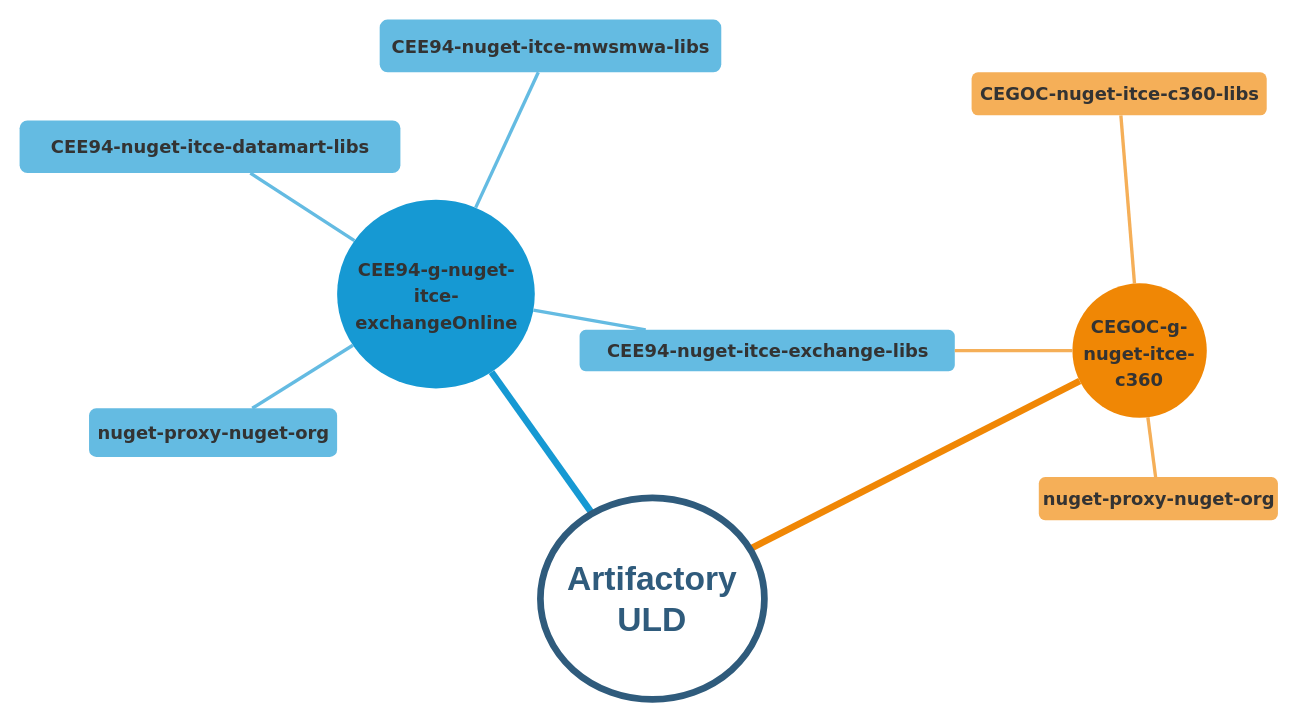
This is artifactory-uld_Diagram.drawio from jmrablat/diagrams, a draw.io file, before an edit. Source tidied: cells renumbered, new cells numbered last; positions are measured from the earlier drawing's top-left corner, leaving out a move shared by most shapes. Both pictures are drawn from the tidied source at 112%, with x=0, y=0 at pixel (19, 19).
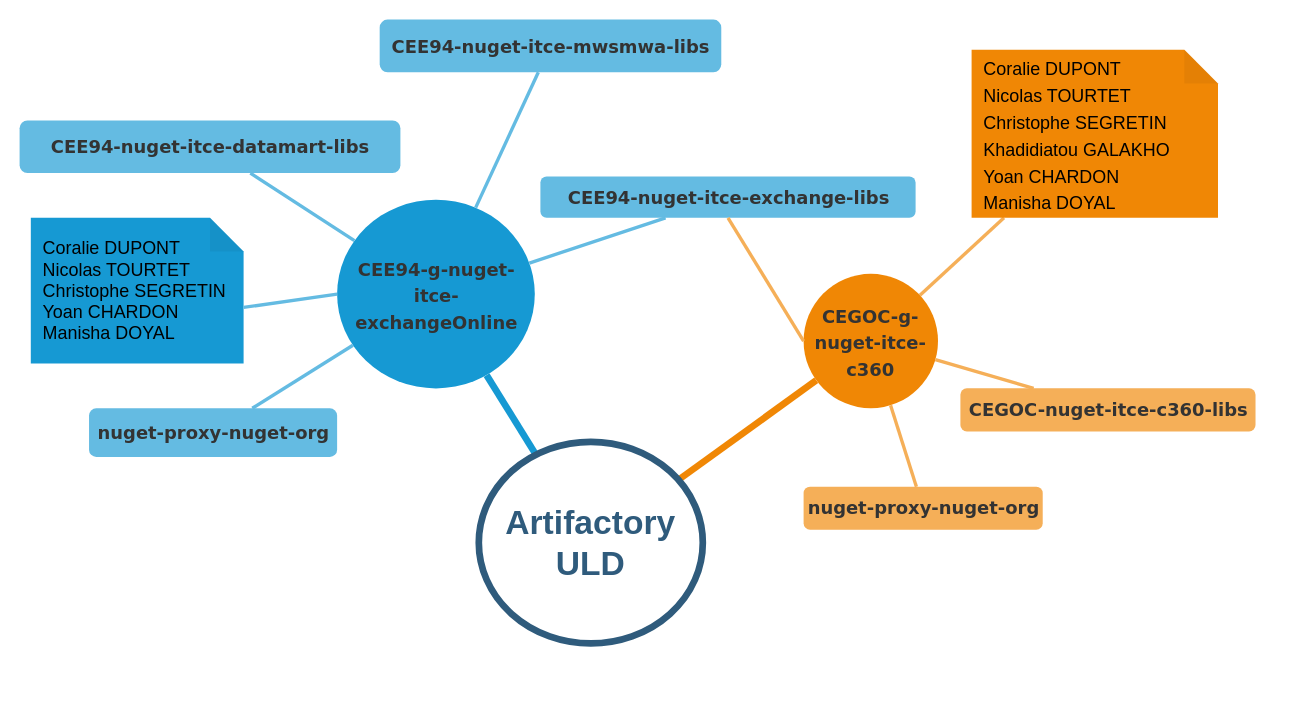
Above is the later version.

Unchanged cells that the change refers to:
```xml
<mxCell id="2" value="&lt;span style=&quot;color: rgb(51 , 51 , 51) ; font-family: &amp;#34;verdana&amp;#34; ; font-size: 16px ; font-weight: 700&quot;&gt;CEE94-g-nuget-itce-exchangeOnline&lt;/span&gt;" style="ellipse;whiteSpace=wrap;html=1;shadow=0;fontFamily=Helvetica;fontSize=20;fontColor=#FFFFFF;align=center;strokeWidth=3;fillColor=#1699D3;strokeColor=none;" parent="1" vertex="1">
  <mxGeometry x="283.5" y="160.8" width="176.5" height="168.5" as="geometry" />
</mxCell>
```

What changed in the source:
```diff
@@
+    <mxCell id="20" style="edgeStyle=none;jettySize=auto;html=1;endArrow=none;strokeColor=#F5AF58;strokeWidth=3;" parent="1" edge="1" source="3" target="23">
+      <mxGeometry relative="1" as="geometry" />
+    </mxCell>
     <mxCell id="3" value="&lt;span style=&quot;color: rgb(51 , 51 , 51) ; font-family: &amp;#34;verdana&amp;#34; ; font-size: 16px ; font-weight: 700&quot;&gt;CEGOC-g-nuget-itce-c360&lt;/span&gt;" style="ellipse;whiteSpace=wrap;html=1;shadow=0;fontFamily=Helvetica;fontSize=20;fontColor=#FFFFFF;align=center;strokeWidth=3;fillColor=#F08705;strokeColor=none;gradientColor=none;" parent="1" vertex="1">
-      <mxGeometry x="940" y="235.5" width="120" height="120" as="geometry" />
+      <mxGeometry x="700" y="227" width="120" height="120" as="geometry" />
     </mxCell>
     <mxCell id="4" value="&lt;span style=&quot;color: rgb(51 , 51 , 51) ; font-family: &amp;#34;verdana&amp;#34; ; font-size: 16px ; font-weight: 700&quot;&gt;nuget-proxy-nuget-org&lt;/span&gt;" style="rounded=1;fillColor=#f5af58;strokeColor=none;strokeWidth=3;shadow=0;html=1;fontColor=#FFFFFF;" parent="1" vertex="1">
-      <mxGeometry x="910" y="408.5" width="213.5" height="38.5" as="geometry" />
+      <mxGeometry x="700" y="417" width="213.5" height="38.5" as="geometry" />
     </mxCell>
@@
     <mxCell id="8" value="&lt;span style=&quot;color: rgb(51 , 51 , 51) ; font-family: &amp;#34;verdana&amp;#34; ; font-size: 16px ; font-weight: 700&quot;&gt;CEE94-nuget-itce-exchange-libs&lt;/span&gt;" style="rounded=1;fillColor=#64BBE2;strokeColor=none;strokeWidth=3;shadow=0;html=1;fontColor=#FFFFFF;" parent="1" vertex="1">
-      <mxGeometry x="500" y="277" width="335" height="37" as="geometry" />
+      <mxGeometry x="465" y="140" width="335" height="37" as="geometry" />
     </mxCell>
@@
     <mxCell id="15" value="&lt;span style=&quot;color: rgb(51 , 51 , 51) ; font-family: &amp;#34;verdana&amp;#34; ; font-size: 16px ; font-weight: 700&quot;&gt;CEGOC-nuget-itce-c360-libs&lt;/span&gt;" style="rounded=1;fillColor=#f5af58;strokeColor=none;strokeWidth=3;shadow=0;html=1;fontColor=#FFFFFF;" parent="1" vertex="1">
-      <mxGeometry x="850" y="47" width="263.5" height="38.5" as="geometry" />
+      <mxGeometry x="840" y="329.2" width="263.5" height="38.5" as="geometry" />
     </mxCell>
@@
     <mxCell id="18" value="Artifactory ULD" style="ellipse;whiteSpace=wrap;html=1;shadow=0;fontFamily=Helvetica;fontSize=30;fontColor=#2F5B7C;align=center;strokeColor=#2F5B7C;strokeWidth=6;fillColor=#FFFFFF;fontStyle=1;gradientColor=none;" parent="1" vertex="1">
-      <mxGeometry x="465" y="427" width="200" height="180" as="geometry" />
+      <mxGeometry x="410" y="377" width="200" height="180" as="geometry" />
     </mxCell>
-    <mxCell id="19" style="edgeStyle=none;endArrow=none;strokeWidth=3;strokeColor=#F5AF58;html=1;entryX=1;entryY=0.5;entryDx=0;entryDy=0;exitX=0;exitY=0.5;exitDx=0;exitDy=0;" parent="1" edge="1" source="3" target="8">
+    <mxCell id="19" style="edgeStyle=none;endArrow=none;strokeWidth=3;strokeColor=#F5AF58;html=1;entryX=0.5;entryY=1;entryDx=0;entryDy=0;exitX=0;exitY=0.5;exitDx=0;exitDy=0;" parent="1" edge="1" source="3" target="8">
       <mxGeometry x="-31" y="110.5" as="geometry" />
     </mxCell>
+    <mxCell id="21" value="Coralie DUPONT&lt;br&gt;Nicolas TOURTET&lt;br&gt;Christophe SEGRETIN&lt;br&gt;Yoan CHARDON&lt;br&gt;Manisha DOYAL" style="shape=note;backgroundOutline=1;darkOpacity=0.05;shadow=0;fontSize=16;strokeColor=none;strokeWidth=3;fillColor=#1699D3;html=1;whiteSpace=wrap;align=left;spacingLeft=9;" parent="1" vertex="1">
+      <mxGeometry x="10" y="177" width="190" height="130" as="geometry" />
+    </mxCell>
+    <mxCell id="22" style="edgeStyle=none;endArrow=none;strokeWidth=3;strokeColor=#64BBE2;html=1;exitX=0;exitY=0.5;exitDx=0;exitDy=0;entryX=0;entryY=0;entryDx=190;entryDy=80;entryPerimeter=0;" parent="1" edge="1" source="2" target="21">
+      <mxGeometry x="-426.1" y="132.6" as="geometry" />
+    </mxCell>
+    <mxCell id="23" value="&lt;span style=&quot;color: rgb(0 , 0 , 0) ; font-size: 16px&quot;&gt;Coralie DUPONT&lt;/span&gt;&lt;br style=&quot;color: rgb(0 , 0 , 0) ; font-size: 16px&quot;&gt;&lt;span style=&quot;color: rgb(0 , 0 , 0) ; font-size: 16px&quot;&gt;Nicolas TOURTET&lt;/span&gt;&lt;br style=&quot;color: rgb(0 , 0 , 0) ; font-size: 16px&quot;&gt;&lt;span style=&quot;color: rgb(0 , 0 , 0) ; font-size: 16px&quot;&gt;Christophe SEGRETIN&lt;br&gt;&lt;/span&gt;&lt;span style=&quot;color: rgb(0 , 0 , 0) ; font-size: 16px&quot;&gt;Khadidiatou GALAKHO&lt;/span&gt;&lt;br&gt;&lt;span style=&quot;color: rgb(0 , 0 , 0) ; font-size: 16px&quot;&gt;Yoan CHARDON&lt;/span&gt;&lt;br style=&quot;color: rgb(0 , 0 , 0) ; font-size: 16px&quot;&gt;&lt;span style=&quot;color: rgb(0 , 0 , 0) ; font-size: 16px&quot;&gt;Manisha DOYAL&lt;/span&gt;" style="shape=note;whiteSpace=wrap;html=1;backgroundOutline=1;darkOpacity=0.05;shadow=0;fontSize=20;fontColor=#FFFFFF;strokeColor=none;strokeWidth=3;fillColor=#F08705;align=left;spacingLeft=9;" parent="1" vertex="1">
+      <mxGeometry x="850" y="27" width="220" height="150" as="geometry" />
+    </mxCell>
```
